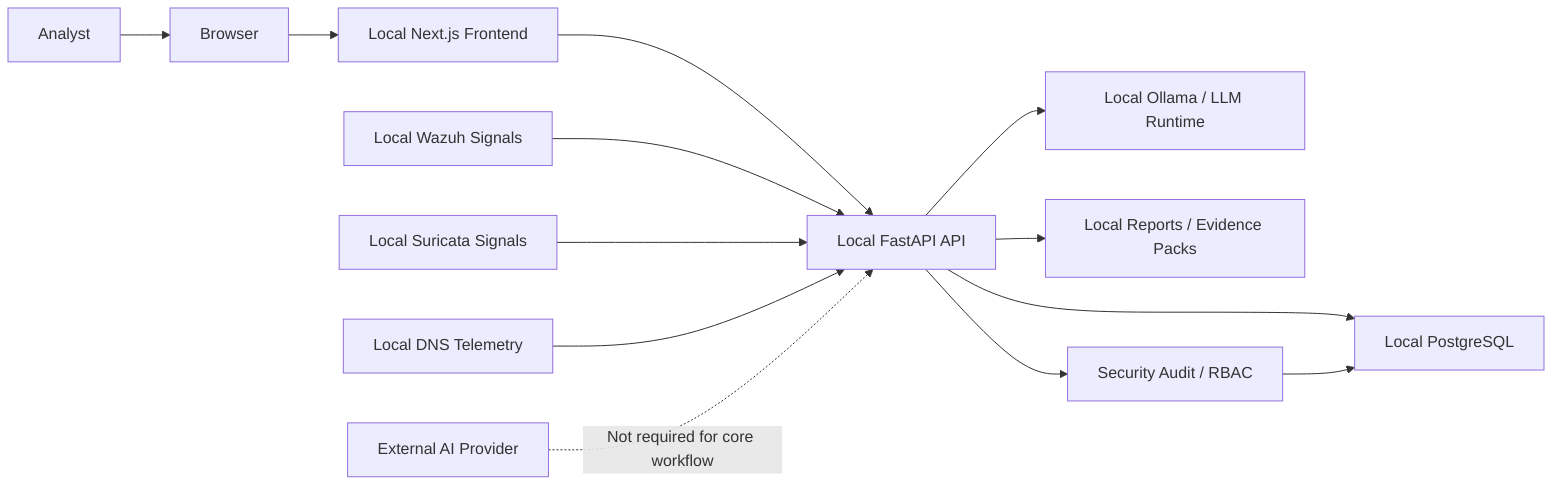
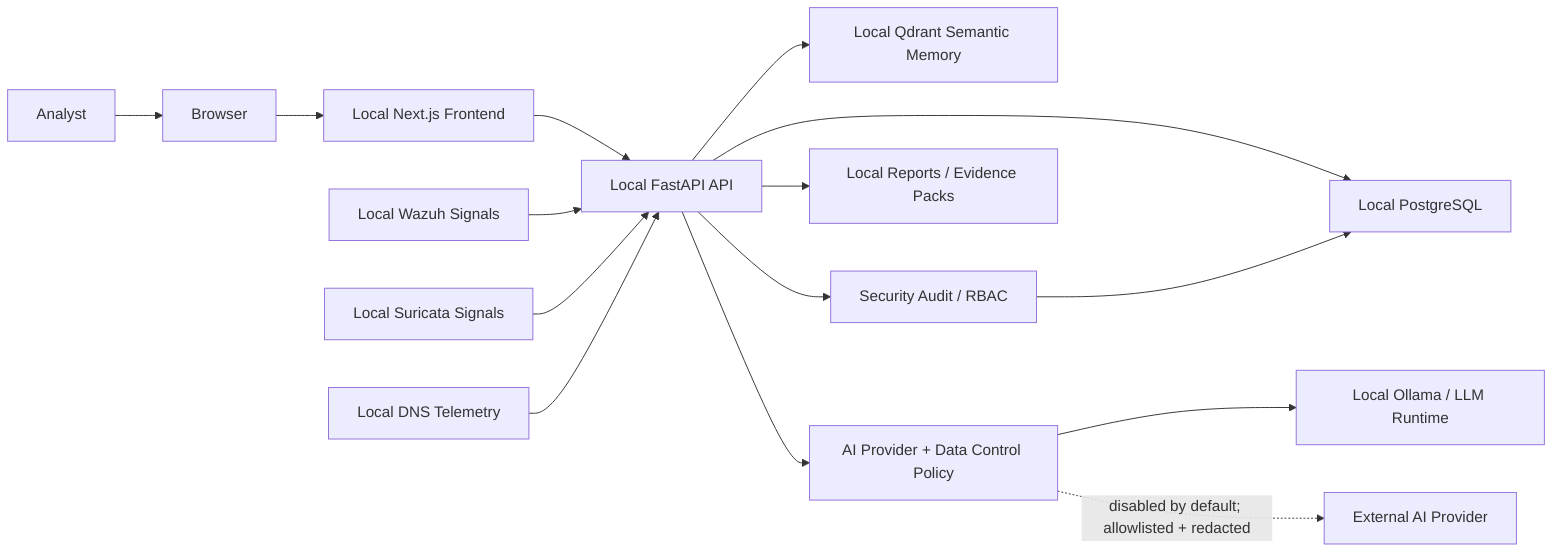
flowchart LR
  browser["Browser"] --> frontend["Local Next.js Frontend"]
  frontend --> api["Local FastAPI API"]
  api --> postgres["Local PostgreSQL"]
-   api --> ollama["Local Ollama / LLM Runtime"]
+   api --> qdrant["Local Qdrant Semantic Memory"]
+   api --> policy["AI Provider + Data Control Policy"]
+   policy --> ollama["Local Ollama / LLM Runtime"]
  api --> reports["Local Reports / Evidence Packs"]

  wazuh["Local Wazuh Signals"] --> api
  suricata["Local Suricata Signals"] --> api
  dns["Local DNS Telemetry"] --> api

  external["External AI Provider"]
-   external -. "Not required for core workflow" .-> api
+   policy -. "disabled by default; allowlisted + redacted" .-> external

  analyst["Analyst"] --> browser
  api --> audit["Security Audit / RBAC"]
  audit --> postgres
